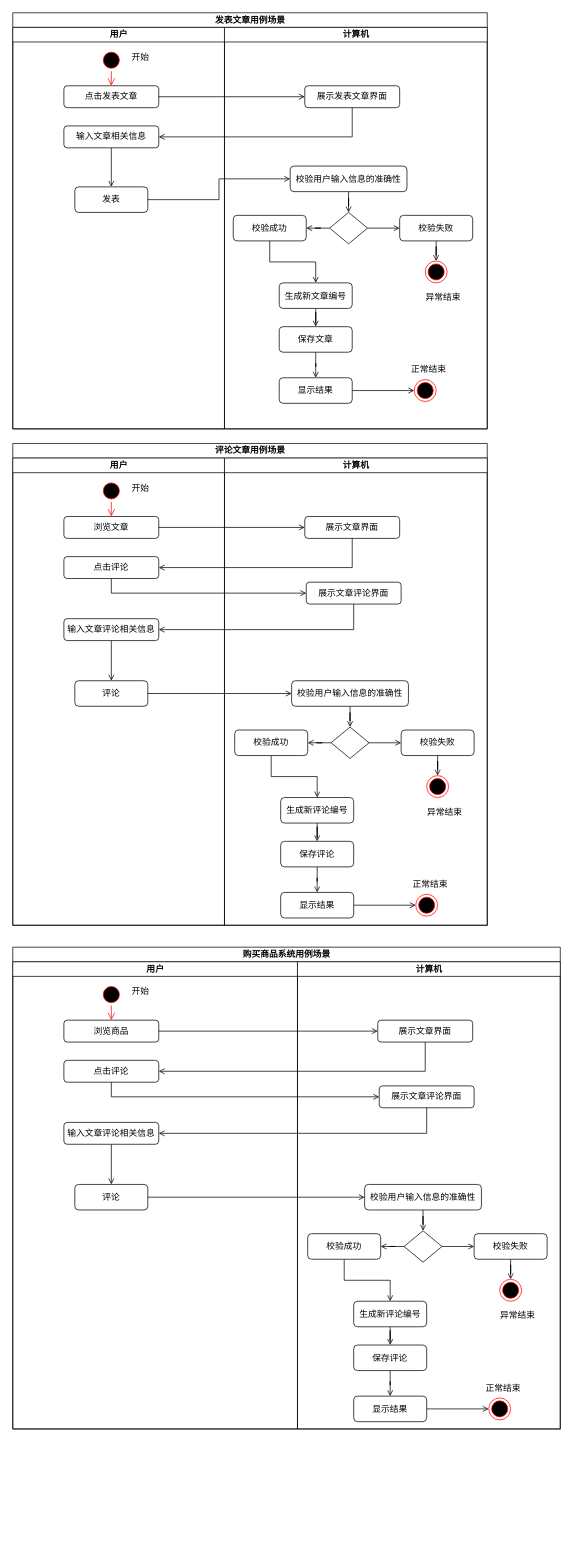
This is uml-系统用例场景.drawio from JMHello/draw, a draw.io file, before an edit. Source tidied: cells renumbered, new cells numbered last; positions are measured from the earlier drawing's top-left corner, leaving out a move shared by most shapes. Both pictures are drawn from the tidied source at 73%, with x=0, y=0 at pixel (12, 12).
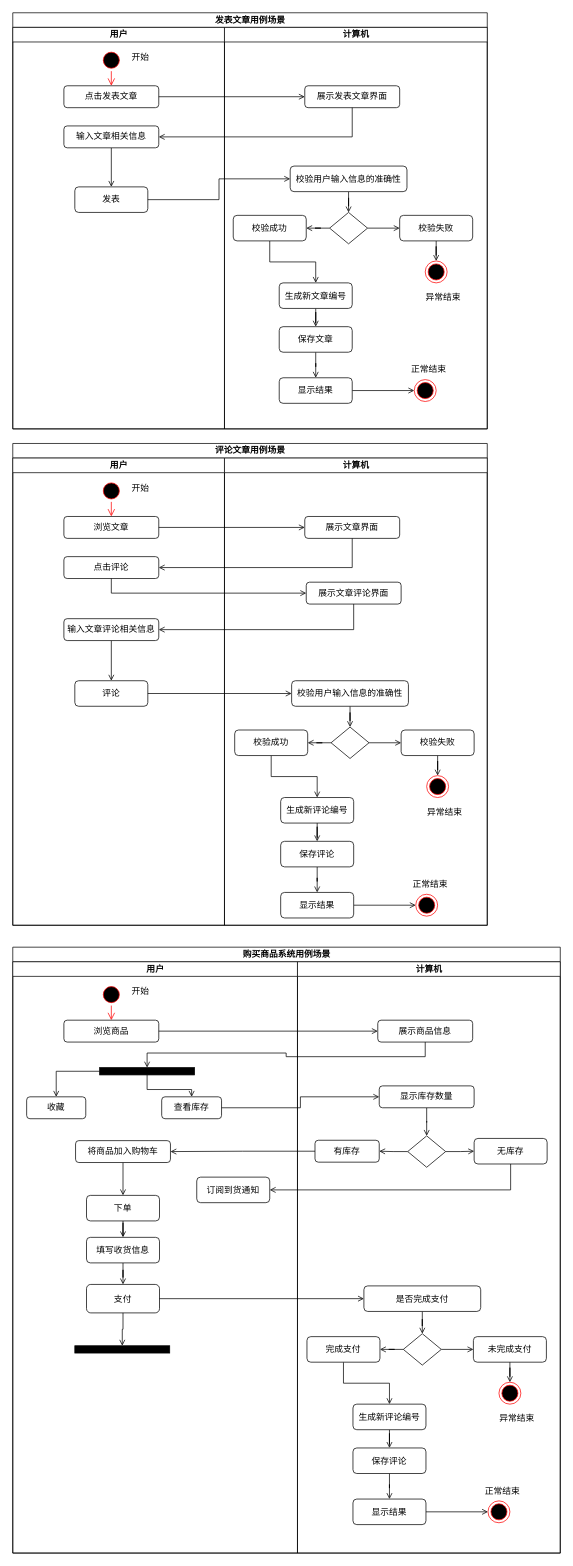
After the change.

Commit message (it also covers changes not shown here):
Update uml-系统用例场景.drawio

The edit, as a diff of the source:
```diff
@@
     <mxCell id="72" value="购买商品系统用例场景" style="swimlane;html=1;startSize=20;" parent="1" vertex="1">
-      <mxGeometry y="1280" width="750" height="660" as="geometry" />
+      <mxGeometry y="1280" width="750" height="830" as="geometry" />
     </mxCell>
     <mxCell id="73" value="用户" style="swimlane;html=1;startSize=20;" parent="72" vertex="1">
-      <mxGeometry y="20" width="390" height="640" as="geometry" />
+      <mxGeometry y="20" width="390" height="810" as="geometry" />
     </mxCell>
@@
-    <mxCell id="77" value="点击评论" style="rounded=1;whiteSpace=wrap;html=1;" parent="73" vertex="1">
-      <mxGeometry x="70" y="135" width="130" height="30" as="geometry" />
-    </mxCell>
@@
-    <mxCell id="79" value="输入文章评论相关信息" style="rounded=1;whiteSpace=wrap;html=1;" parent="73" vertex="1">
-      <mxGeometry x="70" y="220" width="130" height="30" as="geometry" />
+    <mxCell id="79" value="将商品加入购物车" style="rounded=1;whiteSpace=wrap;html=1;" parent="73" vertex="1">
+      <mxGeometry x="86" y="245" width="130" height="30" as="geometry" />
     </mxCell>
+    <mxCell id="109" style="edgeStyle=orthogonalEdgeStyle;rounded=0;jettySize=auto;html=1;endArrow=open;endFill=0;" parent="73" edge="1" source="80" target="111">
+      <mxGeometry relative="1" as="geometry" />
+    </mxCell>
-    <mxCell id="80" value="评论" style="rounded=1;whiteSpace=wrap;html=1;" parent="73" vertex="1">
-      <mxGeometry x="85" y="305" width="100" height="35" as="geometry" />
+    <mxCell id="80" value="下单" style="rounded=1;whiteSpace=wrap;html=1;" parent="73" vertex="1">
+      <mxGeometry x="101" y="320" width="100" height="35" as="geometry" />
     </mxCell>
+    <mxCell id="110" style="edgeStyle=orthogonalEdgeStyle;rounded=0;jettySize=auto;html=1;endArrow=open;endFill=0;" parent="73" edge="1" source="111" target="112">
+      <mxGeometry relative="1" as="geometry" />
+    </mxCell>
+    <mxCell id="111" value="填写收货信息" style="rounded=1;whiteSpace=wrap;html=1;" parent="73" vertex="1">
+      <mxGeometry x="101" y="377.5" width="100" height="35" as="geometry" />
+    </mxCell>
+    <mxCell id="112" value="支付" style="rounded=1;whiteSpace=wrap;html=1;" parent="73" vertex="1">
+      <mxGeometry x="101" y="442" width="100" height="39" as="geometry" />
+    </mxCell>
@@
-    <mxCell id="82" style="edgeStyle=orthogonalEdgeStyle;rounded=0;jettySize=auto;html=1;entryX=0;entryY=0.5;entryDx=0;entryDy=0;endArrow=open;endFill=0;" parent="72" edge="1" source="80" target="86">
-      <mxGeometry relative="1" as="geometry" />
-    </mxCell>
+    <mxCell id="113" style="edgeStyle=orthogonalEdgeStyle;rounded=0;jettySize=auto;html=1;endArrow=open;endFill=0;" parent="73" edge="1" source="115" target="116">
+      <mxGeometry relative="1" as="geometry" />
+    </mxCell>
+    <mxCell id="114" style="edgeStyle=orthogonalEdgeStyle;rounded=0;jettySize=auto;html=1;entryX=0.5;entryY=0;entryDx=0;entryDy=0;endArrow=open;endFill=0;" parent="73" edge="1" source="115" target="117">
+      <mxGeometry relative="1" as="geometry" />
+    </mxCell>
+    <mxCell id="115" style="rounded=0;whiteSpace=wrap;html=1;gradientColor=none;fillColor=#000000;" parent="73" vertex="1">
+      <mxGeometry x="119" y="145" width="130" height="10" as="geometry" />
+    </mxCell>
+    <mxCell id="116" value="收藏" style="rounded=1;whiteSpace=wrap;html=1;" parent="73" vertex="1">
+      <mxGeometry x="19" y="185" width="81" height="30" as="geometry" />
+    </mxCell>
+    <mxCell id="117" value="查看库存" style="rounded=1;whiteSpace=wrap;html=1;" parent="73" vertex="1">
+      <mxGeometry x="204" y="185" width="82" height="30" as="geometry" />
+    </mxCell>
+    <mxCell id="118" value="订阅到货通知" style="rounded=1;whiteSpace=wrap;html=1;" parent="73" vertex="1">
+      <mxGeometry x="252" y="295" width="100" height="35" as="geometry" />
+    </mxCell>
+    <mxCell id="119" style="rounded=0;whiteSpace=wrap;html=1;gradientColor=none;fillColor=#000000;" parent="73" vertex="1">
+      <mxGeometry x="85" y="526" width="130" height="10" as="geometry" />
+    </mxCell>
+    <mxCell id="120" style="edgeStyle=orthogonalEdgeStyle;rounded=0;jettySize=auto;html=1;endArrow=open;endFill=0;entryX=0.5;entryY=0;entryDx=0;entryDy=0;" parent="73" edge="1" source="112" target="119">
+      <mxGeometry relative="1" as="geometry" />
+    </mxCell>
     <mxCell id="83" value="计算机" style="swimlane;html=1;startSize=20;" parent="72" vertex="1">
-      <mxGeometry x="390" y="20" width="360" height="640" as="geometry" />
+      <mxGeometry x="390" y="20" width="360" height="810" as="geometry" />
     </mxCell>
-    <mxCell id="84" value="展示文章界面" style="rounded=1;whiteSpace=wrap;html=1;" parent="83" vertex="1">
+    <mxCell id="84" value="展示商品信息" style="rounded=1;whiteSpace=wrap;html=1;" parent="83" vertex="1">
       <mxGeometry x="110" y="80" width="130" height="30" as="geometry" />
     </mxCell>
@@
-    <mxCell id="86" value="校验用户输入信息的准确性" style="rounded=1;whiteSpace=wrap;html=1;" parent="83" vertex="1">
-      <mxGeometry x="92" y="305" width="160" height="35" as="geometry" />
+    <mxCell id="86" value="是否完成支付" style="rounded=1;whiteSpace=wrap;html=1;" parent="83" vertex="1">
+      <mxGeometry x="91" y="444" width="160" height="35" as="geometry" />
     </mxCell>
@@
     <mxCell id="89" style="rhombus;whiteSpace=wrap;html=1;" parent="83" vertex="1">
-      <mxGeometry x="146" y="368.5" width="52" height="43" as="geometry" />
+      <mxGeometry x="145" y="509.5" width="52" height="43" as="geometry" />
     </mxCell>
-    <mxCell id="90" style="edgeStyle=orthogonalEdgeStyle;rounded=0;jettySize=auto;html=1;entryX=0.5;entryY=0;entryDx=0;entryDy=0;endArrow=open;endFill=0;" parent="83" edge="1" source="91" target="100">
-      <mxGeometry relative="1" as="geometry" />
-    </mxCell>
-    <mxCell id="91" value="校验失败" style="rounded=1;whiteSpace=wrap;html=1;" parent="83" vertex="1">
-      <mxGeometry x="242" y="372.5" width="100" height="35" as="geometry" />
-    </mxCell>
@@
-    <mxCell id="93" value="校验成功" style="rounded=1;whiteSpace=wrap;html=1;" parent="83" vertex="1">
-      <mxGeometry x="14" y="372.5" width="100" height="35" as="geometry" />
+    <mxCell id="93" value="完成支付" style="rounded=1;whiteSpace=wrap;html=1;" parent="83" vertex="1">
+      <mxGeometry x="13" y="513.5" width="100" height="35" as="geometry" />
     </mxCell>
@@
     <mxCell id="95" value="生成新评论编号" style="rounded=1;whiteSpace=wrap;html=1;" parent="83" vertex="1">
-      <mxGeometry x="77" y="465" width="100" height="35" as="geometry" />
+      <mxGeometry x="76" y="606" width="100" height="35" as="geometry" />
     </mxCell>
@@
     <mxCell id="97" value="保存评论" style="rounded=1;whiteSpace=wrap;html=1;" parent="83" vertex="1">
-      <mxGeometry x="77" y="525" width="100" height="35" as="geometry" />
+      <mxGeometry x="76" y="666" width="100" height="35" as="geometry" />
     </mxCell>
@@
     <mxCell id="99" value="显示结果" style="rounded=1;whiteSpace=wrap;html=1;" parent="83" vertex="1">
-      <mxGeometry x="77" y="595" width="100" height="35" as="geometry" />
+      <mxGeometry x="76" y="736" width="100" height="35" as="geometry" />
     </mxCell>
+    <mxCell id="101" style="ellipse;html=1;shape=endState;fillColor=#000000;strokeColor=#ff0000;" parent="83" vertex="1">
+      <mxGeometry x="261" y="738.5" width="30" height="30" as="geometry" />
+    </mxCell>
+    <mxCell id="103" value="正常结束" style="text;html=1;strokeColor=none;fillColor=none;align=center;verticalAlign=middle;whiteSpace=wrap;rounded=0;" parent="83" vertex="1">
+      <mxGeometry x="251" y="713" width="60" height="23" as="geometry" />
+    </mxCell>
+    <mxCell id="121" style="edgeStyle=orthogonalEdgeStyle;rounded=0;jettySize=auto;html=1;entryX=0.5;entryY=0;entryDx=0;entryDy=0;endArrow=open;endFill=0;" parent="83" edge="1" source="104" target="124">
+      <mxGeometry relative="1" as="geometry" />
+    </mxCell>
+    <mxCell id="104" value="显示库存数量" style="rounded=1;whiteSpace=wrap;html=1;" parent="83" vertex="1">
+      <mxGeometry x="112" y="170" width="130" height="30" as="geometry" />
+    </mxCell>
+    <mxCell id="122" style="edgeStyle=orthogonalEdgeStyle;rounded=0;jettySize=auto;html=1;endArrow=open;endFill=0;" parent="83" edge="1" source="124" target="127">
+      <mxGeometry relative="1" as="geometry" />
+    </mxCell>
+    <mxCell id="123" style="edgeStyle=orthogonalEdgeStyle;rounded=0;jettySize=auto;html=1;entryX=1;entryY=0.5;entryDx=0;entryDy=0;endArrow=open;endFill=0;" parent="83" edge="1" source="124" target="126">
+      <mxGeometry relative="1" as="geometry" />
+    </mxCell>
+    <mxCell id="124" style="rhombus;whiteSpace=wrap;html=1;" parent="83" vertex="1">
+      <mxGeometry x="151" y="238.5" width="52" height="43" as="geometry" />
+    </mxCell>
+    <mxCell id="125" style="group;" parent="83" vertex="1">
+      <mxGeometry x="241" y="513.5" width="100" height="123.5" as="geometry" />
+    </mxCell>
+    <mxCell id="91" value="未完成支付" style="rounded=1;whiteSpace=wrap;html=1;" parent="125" vertex="1">
+      <mxGeometry width="100" height="35" as="geometry" />
+    </mxCell>
-    <mxCell id="100" style="ellipse;html=1;shape=endState;fillColor=#000000;strokeColor=#ff0000;" parent="83" vertex="1">
-      <mxGeometry x="277" y="435" width="30" height="30" as="geometry" />
+    <mxCell id="100" style="ellipse;html=1;shape=endState;fillColor=#000000;strokeColor=#ff0000;" parent="125" vertex="1">
+      <mxGeometry x="35" y="62.5" width="30" height="30" as="geometry" />
     </mxCell>
-    <mxCell id="101" style="ellipse;html=1;shape=endState;fillColor=#000000;strokeColor=#ff0000;" parent="83" vertex="1">
-      <mxGeometry x="262" y="597.5" width="30" height="30" as="geometry" />
-    </mxCell>
+    <mxCell id="90" style="edgeStyle=orthogonalEdgeStyle;rounded=0;jettySize=auto;html=1;entryX=0.5;entryY=0;entryDx=0;entryDy=0;endArrow=open;endFill=0;" parent="125" edge="1" source="91" target="100">
+      <mxGeometry relative="1" as="geometry" />
+    </mxCell>
-    <mxCell id="102" value="异常结束" style="text;html=1;strokeColor=none;fillColor=none;align=center;verticalAlign=middle;whiteSpace=wrap;rounded=0;" parent="83" vertex="1">
-      <mxGeometry x="272" y="473" width="60" height="23" as="geometry" />
+    <mxCell id="102" value="异常结束" style="text;html=1;strokeColor=none;fillColor=none;align=center;verticalAlign=middle;whiteSpace=wrap;rounded=0;" parent="125" vertex="1">
+      <mxGeometry x="30" y="100.5" width="60" height="23" as="geometry" />
     </mxCell>
-    <mxCell id="103" value="正常结束" style="text;html=1;strokeColor=none;fillColor=none;align=center;verticalAlign=middle;whiteSpace=wrap;rounded=0;" parent="83" vertex="1">
-      <mxGeometry x="252" y="572" width="60" height="23" as="geometry" />
-    </mxCell>
-    <mxCell id="104" value="展示文章评论界面" style="rounded=1;whiteSpace=wrap;html=1;" parent="83" vertex="1">
-      <mxGeometry x="112" y="170" width="130" height="30" as="geometry" />
-    </mxCell>
+    <mxCell id="126" value="有库存" style="rounded=1;whiteSpace=wrap;html=1;" parent="83" vertex="1">
+      <mxGeometry x="24" y="244.5" width="88" height="30" as="geometry" />
+    </mxCell>
+    <mxCell id="127" value="无库存" style="rounded=1;whiteSpace=wrap;html=1;" parent="83" vertex="1">
+      <mxGeometry x="242" y="242" width="100" height="35" as="geometry" />
+    </mxCell>
@@
-    <mxCell id="106" style="edgeStyle=orthogonalEdgeStyle;rounded=0;jettySize=auto;html=1;entryX=1;entryY=0.5;entryDx=0;entryDy=0;exitX=0.5;exitY=1;exitDx=0;exitDy=0;endArrow=open;endFill=0;" parent="72" edge="1" source="84" target="77">
-      <mxGeometry relative="1" as="geometry" />
-    </mxCell>
-    <mxCell id="107" style="edgeStyle=orthogonalEdgeStyle;rounded=0;jettySize=auto;html=1;endArrow=open;endFill=0;exitX=0.5;exitY=1;exitDx=0;exitDy=0;entryX=0;entryY=0.5;entryDx=0;entryDy=0;" parent="72" edge="1" source="77" target="104">
-      <mxGeometry relative="1" as="geometry" />
-    </mxCell>
-    <mxCell id="108" style="edgeStyle=orthogonalEdgeStyle;rounded=0;jettySize=auto;html=1;entryX=1;entryY=0.5;entryDx=0;entryDy=0;endArrow=open;endFill=0;exitX=0.5;exitY=1;exitDx=0;exitDy=0;" parent="72" edge="1" source="104" target="79">
-      <mxGeometry relative="1" as="geometry" />
-    </mxCell>
+    <mxCell id="128" style="edgeStyle=orthogonalEdgeStyle;rounded=0;jettySize=auto;html=1;entryX=0.5;entryY=0;entryDx=0;entryDy=0;endArrow=open;endFill=0;exitX=0.5;exitY=1;exitDx=0;exitDy=0;" parent="72" edge="1" source="84" target="115">
+      <mxGeometry relative="1" as="geometry" />
+    </mxCell>
+    <mxCell id="129" style="edgeStyle=orthogonalEdgeStyle;rounded=0;jettySize=auto;html=1;entryX=0;entryY=0.5;entryDx=0;entryDy=0;endArrow=open;endFill=0;" parent="72" edge="1" source="117" target="104">
+      <mxGeometry relative="1" as="geometry" />
+    </mxCell>
+    <mxCell id="130" style="edgeStyle=orthogonalEdgeStyle;rounded=0;jettySize=auto;html=1;entryX=1;entryY=0.5;entryDx=0;entryDy=0;endArrow=open;endFill=0;" parent="72" edge="1" source="126" target="79">
+      <mxGeometry relative="1" as="geometry" />
+    </mxCell>
+    <mxCell id="131" style="edgeStyle=orthogonalEdgeStyle;rounded=0;jettySize=auto;html=1;endArrow=open;endFill=0;exitX=0.5;exitY=1;exitDx=0;exitDy=0;entryX=1;entryY=0.5;entryDx=0;entryDy=0;" parent="72" edge="1" source="127" target="118">
+      <mxGeometry relative="1" as="geometry" />
+    </mxCell>
+    <mxCell id="132" style="edgeStyle=orthogonalEdgeStyle;rounded=0;jettySize=auto;html=1;entryX=0;entryY=0.5;entryDx=0;entryDy=0;endArrow=open;endFill=0;" parent="72" edge="1" source="112" target="86">
+      <mxGeometry relative="1" as="geometry" />
+    </mxCell>
```
